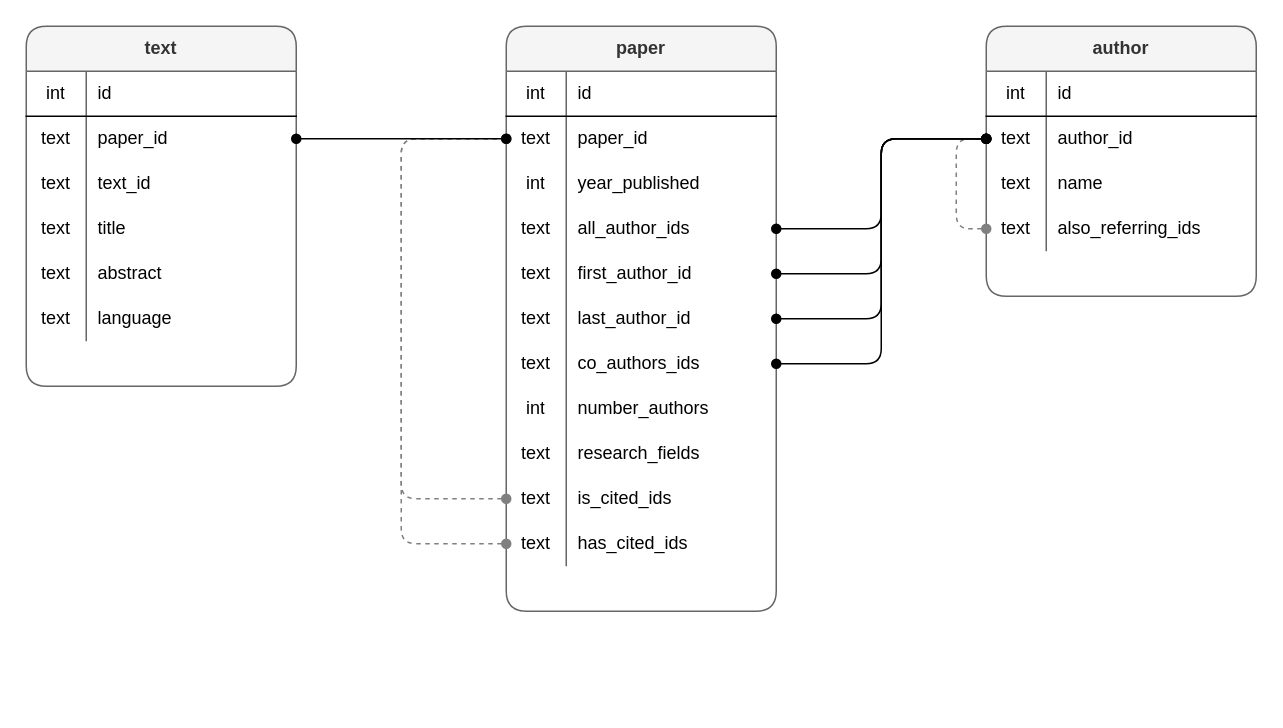
The draw.io diagram readme_files/database_schema.drawio in zushicat/scholar-data-ingest, before the edit. Source tidied: cells renumbered, new cells numbered last; positions are measured from the earlier drawing's top-left corner, leaving out a move shared by most shapes. Both pictures are drawn from the tidied source at 150%, with x=0, y=0 at pixel (26, 26).
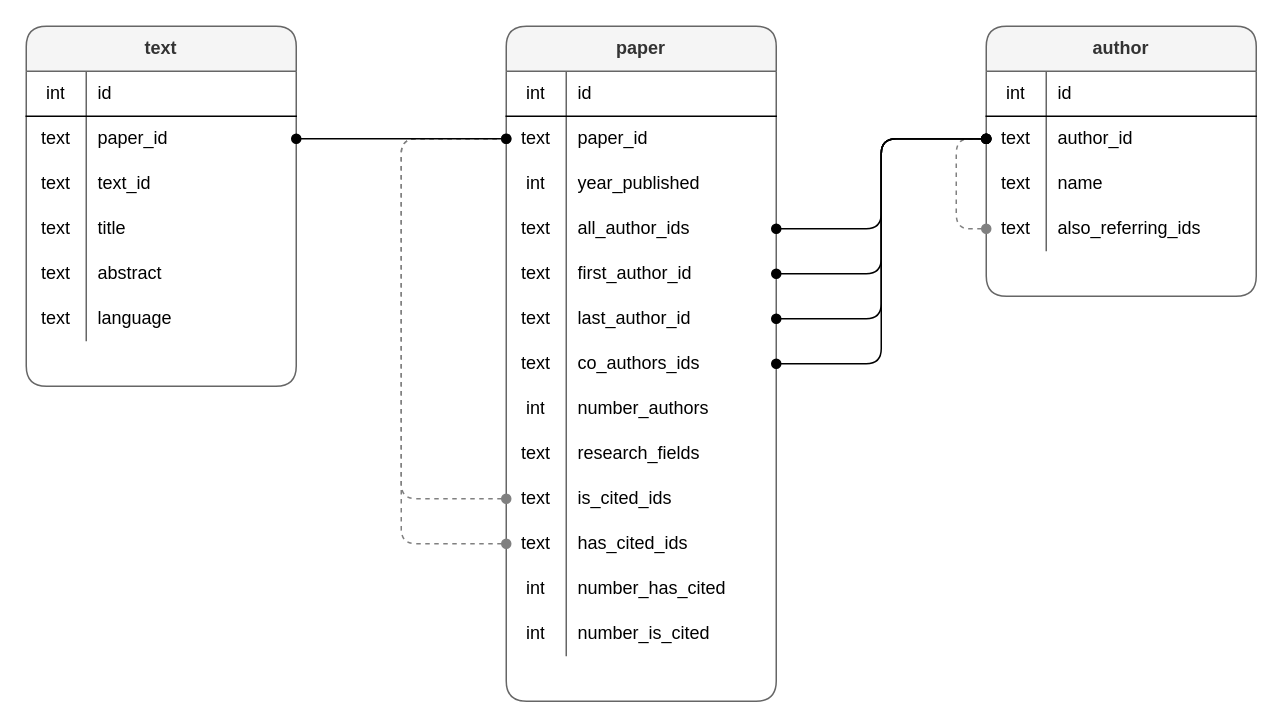
Above is the later version.

Commit message (it also covers changes not shown here):
expand schema: paper

Diff of the diagram source:
```diff
@@
     <mxCell id="35" value="paper" style="shape=table;html=1;whiteSpace=wrap;startSize=30;childLayout=tableLayout;rowLines=0;fontStyle=1;align=center;fillColor=#f5f5f5;strokeColor=#666666;fontColor=#333333;rounded=1;" parent="1" vertex="1">
-      <mxGeometry x="320" width="180" height="390" as="geometry" />
+      <mxGeometry x="320" width="180" height="450" as="geometry" />
     </mxCell>
@@
+    <mxCell id="76" style="shape=partialRectangle;html=1;whiteSpace=wrap;fillColor=none;top=0;left=0;bottom=0;right=0;" parent="35" vertex="1">
+      <mxGeometry y="360" width="180" height="30" as="geometry" />
+    </mxCell>
+    <mxCell id="77" value="int" style="shape=partialRectangle;html=1;whiteSpace=wrap;fillColor=none;top=0;left=0;bottom=0;right=0;overflow=hidden;" parent="76" vertex="1">
+      <mxGeometry width="40" height="30" as="geometry" />
+    </mxCell>
+    <mxCell id="78" value="number_has_cited" style="shape=partialRectangle;html=1;whiteSpace=wrap;fillColor=none;top=0;left=0;bottom=0;right=0;align=left;spacingLeft=6;overflow=hidden;" parent="76" vertex="1">
+      <mxGeometry x="40" width="140" height="30" as="geometry" />
+    </mxCell>
+    <mxCell id="79" style="shape=partialRectangle;html=1;whiteSpace=wrap;fillColor=none;top=0;left=0;bottom=0;right=0;" parent="35" vertex="1">
+      <mxGeometry y="390" width="180" height="30" as="geometry" />
+    </mxCell>
+    <mxCell id="80" value="int" style="shape=partialRectangle;html=1;whiteSpace=wrap;fillColor=none;top=0;left=0;bottom=0;right=0;overflow=hidden;" parent="79" vertex="1">
+      <mxGeometry width="40" height="30" as="geometry" />
+    </mxCell>
+    <mxCell id="81" value="number_is_cited" style="shape=partialRectangle;html=1;whiteSpace=wrap;fillColor=none;top=0;left=0;bottom=0;right=0;align=left;spacingLeft=6;overflow=hidden;" parent="79" vertex="1">
+      <mxGeometry x="40" width="140" height="30" as="geometry" />
+    </mxCell>
```
